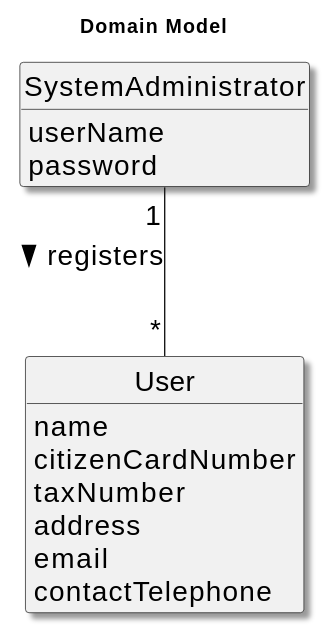
Earlier version of the PlantUML export docs/sprintB/us007/02.analysis/svg/us007-domain-model.svg (Goncalves2525/real-estate-management-system). The source it was exported from:
```plantuml
@startuml
skinparamlocked defaultFontSize 20
skinparam monochrome true
skinparam packageStyle rectangle
skinparam shadowing true
skinparam linetype ortho


skinparam classAttributeIconSize 0

hide circle
hide methods

title Domain Model

class User{
    name
    citizenCardNumber
    taxNumber
    address
    email
    contactTelephone
}

class SystemAdministrator {
   userName
   password
}

SystemAdministrator "1" --- "*" User : registers >
@enduml
```
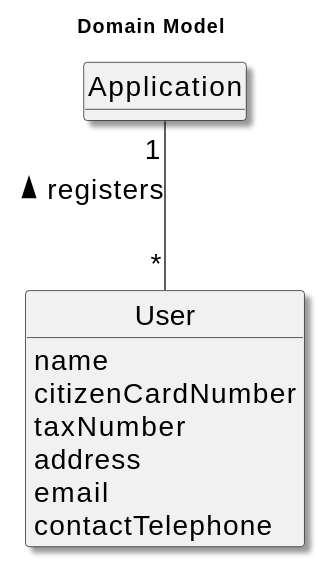
The same diagram one commit later.

The edit, as a diff of the source:
```diff
@@ -22,10 +22,6 @@
     contactTelephone
 }
 
-class SystemAdministrator {
-   userName
-   password
-}
 
-SystemAdministrator "1" --- "*" User : registers >
+Application "1" --- "*" User : registers <
 @enduml
```
